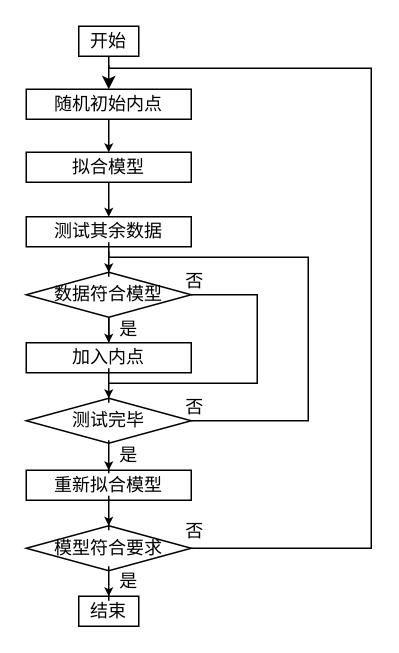
Before: indoor/未命名绘图.drawio in FanTongwen/drawio, a draw.io diagram. Source tidied: cells renumbered, new cells numbered last; positions are measured from the earlier drawing's top-left corner, leaving out a move shared by most shapes. Both pictures are drawn from the tidied source at 150%, with x=0, y=0 at pixel (26, 26).
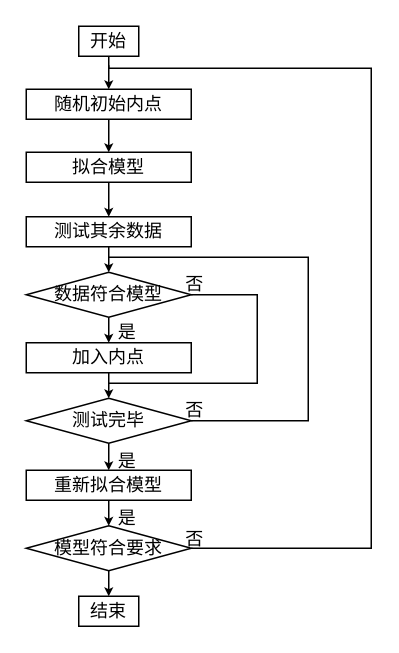
The same page after the edit.

Commit message (it also covers changes not shown here):
更新未命名绘图.drawio

Diff of the diagram source:
```diff
@@
-    <mxCell id="2" style="group;" parent="1" vertex="1">
-      <mxGeometry width="230" height="400" as="geometry" />
-    </mxCell>
-    <mxCell id="3" value="开始" style="rounded=0;whiteSpace=wrap;html=1;" parent="2" vertex="1">
+    <mxCell id="3" value="开始" style="rounded=0;whiteSpace=wrap;html=1;" parent="1" vertex="1">
       <mxGeometry x="35" width="40" height="20" as="geometry" />
     </mxCell>
-    <mxCell id="4" value="随机初始内点" style="rounded=0;whiteSpace=wrap;html=1;" parent="2" vertex="1">
+    <mxCell id="4" value="随机初始内点" style="rounded=0;whiteSpace=wrap;html=1;" parent="1" vertex="1">
       <mxGeometry y="42" width="110" height="20" as="geometry" />
     </mxCell>
-    <mxCell id="5" style="edgeStyle=orthogonalEdgeStyle;rounded=0;jettySize=auto;html=1;entryX=0.5;entryY=0;entryDx=0;entryDy=0;" parent="2" edge="1" source="3" target="4">
+    <mxCell id="5" style="edgeStyle=orthogonalEdgeStyle;rounded=0;jettySize=auto;html=1;entryX=0.5;entryY=0;entryDx=0;entryDy=0;startSize=3;endSize=3;" parent="1" edge="1" source="3" target="4">
       <mxGeometry relative="1" as="geometry" />
     </mxCell>
-    <mxCell id="6" value="拟合模型" style="rounded=0;whiteSpace=wrap;html=1;" parent="2" vertex="1">
+    <mxCell id="6" value="拟合模型" style="rounded=0;whiteSpace=wrap;html=1;" parent="1" vertex="1">
       <mxGeometry y="84" width="110" height="20" as="geometry" />
     </mxCell>
-    <mxCell id="7" style="edgeStyle=orthogonalEdgeStyle;rounded=0;jettySize=auto;html=1;entryX=0.5;entryY=0;entryDx=0;entryDy=0;startSize=2;endSize=3;" parent="2" edge="1" source="4" target="6">
+    <mxCell id="7" style="edgeStyle=orthogonalEdgeStyle;rounded=0;jettySize=auto;html=1;entryX=0.5;entryY=0;entryDx=0;entryDy=0;startSize=2;endSize=3;" parent="1" edge="1" source="4" target="6">
       <mxGeometry relative="1" as="geometry" />
     </mxCell>
-    <mxCell id="8" value="测试其余数据" style="rounded=0;whiteSpace=wrap;html=1;" parent="2" vertex="1">
+    <mxCell id="8" value="测试其余数据" style="rounded=0;whiteSpace=wrap;html=1;" parent="1" vertex="1">
       <mxGeometry y="127" width="110" height="20" as="geometry" />
     </mxCell>
-    <mxCell id="9" style="edgeStyle=orthogonalEdgeStyle;rounded=0;jettySize=auto;html=1;entryX=0.5;entryY=0;entryDx=0;entryDy=0;startSize=2;endSize=3;" parent="2" edge="1" source="6" target="8">
+    <mxCell id="9" style="edgeStyle=orthogonalEdgeStyle;rounded=0;jettySize=auto;html=1;entryX=0.5;entryY=0;entryDx=0;entryDy=0;startSize=2;endSize=3;" parent="1" edge="1" source="6" target="8">
       <mxGeometry relative="1" as="geometry" />
     </mxCell>
-    <mxCell id="10" style="edgeStyle=orthogonalEdgeStyle;rounded=0;jettySize=auto;html=1;" parent="2" edge="1" source="12">
-      <mxGeometry relative="1" as="geometry">
-        <mxPoint x="55" y="225" as="targetPoint" />
-      </mxGeometry>
-    </mxCell>
-    <mxCell id="11" style="edgeStyle=orthogonalEdgeStyle;rounded=0;jettySize=auto;html=1;endArrow=none;endFill=0;" parent="2" edge="1" source="12">
+    <mxCell id="11" style="edgeStyle=orthogonalEdgeStyle;rounded=0;jettySize=auto;html=1;endArrow=none;endFill=0;" parent="1" edge="1" source="12">
       <mxGeometry relative="1" as="geometry">
         <mxPoint x="55" y="238" as="targetPoint" />
         <Array as="points">
           <mxPoint x="154" y="179" />
           <mxPoint x="154" y="238" />
         </Array>
       </mxGeometry>
     </mxCell>
-    <mxCell id="12" value="数据符合模型" style="rhombus;whiteSpace=wrap;html=1;" parent="2" vertex="1">
+    <mxCell id="12" value="数据符合模型" style="rhombus;whiteSpace=wrap;html=1;" parent="1" vertex="1">
       <mxGeometry y="164" width="110" height="30" as="geometry" />
     </mxCell>
-    <mxCell id="13" style="edgeStyle=orthogonalEdgeStyle;rounded=0;jettySize=auto;html=1;startSize=2;endSize=3;" parent="2" edge="1" source="8" target="12">
-      <mxGeometry relative="1" as="geometry" />
+    <mxCell id="13" style="edgeStyle=orthogonalEdgeStyle;rounded=0;jettySize=auto;html=1;startSize=2;endSize=3;exitX=0.5;exitY=1;exitDx=0;exitDy=0;entryX=0.5;entryY=0;entryDx=0;entryDy=0;" parent="1" edge="1" source="8" target="12">
+      <mxGeometry relative="1" as="geometry">
+        <Array as="points">
+          <mxPoint x="55" y="156" />
+          <mxPoint x="55" y="156" />
+        </Array>
+      </mxGeometry>
     </mxCell>
-    <mxCell id="14" value="加入内点" style="rounded=0;whiteSpace=wrap;html=1;" parent="2" vertex="1">
+    <mxCell id="14" value="加入内点" style="rounded=0;whiteSpace=wrap;html=1;" parent="1" vertex="1">
       <mxGeometry y="211" width="110" height="20" as="geometry" />
     </mxCell>
-    <mxCell id="15" style="edgeStyle=orthogonalEdgeStyle;rounded=0;jettySize=auto;html=1;exitX=0.5;exitY=1;exitDx=0;exitDy=0;entryX=0.5;entryY=0;entryDx=0;entryDy=0;startSize=2;endSize=3;" parent="2" edge="1" source="12" target="14">
+    <mxCell id="15" style="edgeStyle=orthogonalEdgeStyle;rounded=0;jettySize=auto;html=1;exitX=0.5;exitY=1;exitDx=0;exitDy=0;entryX=0.5;entryY=0;entryDx=0;entryDy=0;startSize=2;endSize=3;" parent="1" edge="1" source="12" target="14">
       <mxGeometry relative="1" as="geometry" />
     </mxCell>
-    <mxCell id="16" style="edgeStyle=orthogonalEdgeStyle;rounded=0;jettySize=auto;html=1;endArrow=none;endFill=0;" parent="2" edge="1" source="17">
+    <mxCell id="16" style="edgeStyle=orthogonalEdgeStyle;rounded=0;jettySize=auto;html=1;endArrow=none;endFill=0;" parent="1" edge="1" source="17">
       <mxGeometry relative="1" as="geometry">
-        <mxPoint x="55" y="150" as="targetPoint" />
+        <mxPoint x="55" y="154" as="targetPoint" />
         <Array as="points">
           <mxPoint x="188" y="263" />
           <mxPoint x="188" y="154" />
           <mxPoint x="55" y="154" />
         </Array>
       </mxGeometry>
     </mxCell>
-    <mxCell id="17" value="测试完毕" style="rhombus;whiteSpace=wrap;html=1;" parent="2" vertex="1">
+    <mxCell id="17" value="测试完毕" style="rhombus;whiteSpace=wrap;html=1;" parent="1" vertex="1">
       <mxGeometry y="248" width="110" height="30" as="geometry" />
     </mxCell>
-    <mxCell id="18" style="edgeStyle=orthogonalEdgeStyle;rounded=0;jettySize=auto;html=1;entryX=0.5;entryY=0;entryDx=0;entryDy=0;startSize=2;endSize=3;" parent="2" edge="1" source="14" target="17">
+    <mxCell id="18" style="rounded=0;jettySize=auto;html=1;startSize=3;endSize=3;entryX=0.5;entryY=0;entryDx=0;entryDy=0;" parent="1" edge="1" source="14" target="17">
       <mxGeometry relative="1" as="geometry" />
     </mxCell>
-    <mxCell id="19" value="重新拟合模型" style="rounded=0;whiteSpace=wrap;html=1;" parent="2" vertex="1">
+    <mxCell id="19" value="重新拟合模型" style="rounded=0;whiteSpace=wrap;html=1;" parent="1" vertex="1">
       <mxGeometry y="296" width="110" height="20" as="geometry" />
     </mxCell>
-    <mxCell id="20" style="edgeStyle=orthogonalEdgeStyle;rounded=0;jettySize=auto;html=1;entryX=0.5;entryY=0;entryDx=0;entryDy=0;startSize=2;endSize=3;" parent="2" edge="1" source="17" target="19">
+    <mxCell id="20" style="rounded=0;jettySize=auto;html=1;entryX=0.5;entryY=0;entryDx=0;entryDy=0;startSize=2;endSize=3;" parent="1" edge="1" source="17" target="19">
       <mxGeometry relative="1" as="geometry" />
     </mxCell>
-    <mxCell id="21" style="edgeStyle=orthogonalEdgeStyle;rounded=0;jettySize=auto;html=1;endArrow=none;endFill=0;" parent="2" edge="1" source="22">
+    <mxCell id="21" style="edgeStyle=orthogonalEdgeStyle;rounded=0;jettySize=auto;html=1;endArrow=none;endFill=0;" parent="1" edge="1" source="22">
       <mxGeometry relative="1" as="geometry">
         <mxPoint x="55" y="26" as="targetPoint" />
         <Array as="points">
           <mxPoint x="230" y="348" />
           <mxPoint x="230" y="28" />
           <mxPoint x="55" y="28" />
         </Array>
       </mxGeometry>
     </mxCell>
-    <mxCell id="22" value="模型符合要求" style="rhombus;whiteSpace=wrap;html=1;" parent="2" vertex="1">
+    <mxCell id="22" value="模型符合要求" style="rhombus;whiteSpace=wrap;html=1;" parent="1" vertex="1">
       <mxGeometry y="333" width="110" height="30" as="geometry" />
     </mxCell>
-    <mxCell id="23" style="edgeStyle=orthogonalEdgeStyle;rounded=0;jettySize=auto;html=1;entryX=0.5;entryY=0;entryDx=0;entryDy=0;startSize=2;endSize=3;" parent="2" edge="1" source="19" target="22">
+    <mxCell id="23" style="rounded=0;jettySize=auto;html=1;entryX=0.5;entryY=0;entryDx=0;entryDy=0;startSize=2;endSize=3;" parent="1" edge="1" source="19" target="22">
       <mxGeometry relative="1" as="geometry" />
     </mxCell>
-    <mxCell id="24" value="结束" style="rounded=0;whiteSpace=wrap;html=1;" parent="2" vertex="1">
+    <mxCell id="24" value="结束" style="rounded=0;whiteSpace=wrap;html=1;" parent="1" vertex="1">
       <mxGeometry x="35" y="380" width="40" height="20" as="geometry" />
     </mxCell>
-    <mxCell id="25" style="edgeStyle=orthogonalEdgeStyle;rounded=0;jettySize=auto;html=1;entryX=0.5;entryY=0;entryDx=0;entryDy=0;startSize=2;endSize=3;" parent="2" edge="1" source="22" target="24">
+    <mxCell id="25" style="rounded=0;jettySize=auto;html=1;entryX=0.5;entryY=0;entryDx=0;entryDy=0;startSize=2;endSize=3;" parent="1" edge="1" source="22" target="24">
       <mxGeometry relative="1" as="geometry" />
     </mxCell>
-    <mxCell id="26" value="是" style="text;html=1;align=center;verticalAlign=middle;strokeColor=none;fillColor=none;" parent="2" vertex="1">
-      <mxGeometry x="52" y="356" width="32" height="28" as="geometry" />
+    <mxCell id="26" value="是" style="text;html=1;align=center;verticalAlign=middle;strokeColor=none;fillColor=none;" parent="1" vertex="1">
+      <mxGeometry x="51" y="314" width="32" height="28" as="geometry" />
     </mxCell>
-    <mxCell id="27" value="否" style="text;html=1;align=center;verticalAlign=middle;strokeColor=none;fillColor=none;" parent="2" vertex="1">
-      <mxGeometry x="96" y="323" width="32" height="28" as="geometry" />
+    <mxCell id="27" value="否" style="text;html=1;align=center;verticalAlign=middle;strokeColor=none;fillColor=none;" parent="1" vertex="1">
+      <mxGeometry x="96" y="328" width="32" height="28" as="geometry" />
     </mxCell>
-    <mxCell id="28" value="否" style="text;html=1;align=center;verticalAlign=middle;strokeColor=none;fillColor=none;" parent="2" vertex="1">
-      <mxGeometry x="96" y="240" width="32" height="28" as="geometry" />
+    <mxCell id="28" value="否" style="text;html=1;align=center;verticalAlign=middle;strokeColor=none;fillColor=none;" parent="1" vertex="1">
+      <mxGeometry x="96" y="242" width="32" height="28" as="geometry" />
     </mxCell>
-    <mxCell id="29" value="否" style="text;html=1;align=center;verticalAlign=middle;strokeColor=none;fillColor=none;" parent="2" vertex="1">
-      <mxGeometry x="96" y="156" width="32" height="28" as="geometry" />
+    <mxCell id="29" value="否" style="text;html=1;align=center;verticalAlign=middle;strokeColor=none;fillColor=none;" parent="1" vertex="1">
+      <mxGeometry x="96" y="158" width="32" height="28" as="geometry" />
     </mxCell>
-    <mxCell id="30" value="是" style="text;html=1;align=center;verticalAlign=middle;strokeColor=none;fillColor=none;" parent="2" vertex="1">
-      <mxGeometry x="52" y="272" width="32" height="28" as="geometry" />
+    <mxCell id="30" value="是" style="text;html=1;align=center;verticalAlign=middle;strokeColor=none;fillColor=none;" parent="1" vertex="1">
+      <mxGeometry x="51" y="276" width="32" height="28" as="geometry" />
     </mxCell>
-    <mxCell id="31" value="是" style="text;html=1;align=center;verticalAlign=middle;strokeColor=none;fillColor=none;" parent="2" vertex="1">
-      <mxGeometry x="52" y="188" width="32" height="28" as="geometry" />
+    <mxCell id="31" value="是" style="text;html=1;align=center;verticalAlign=middle;strokeColor=none;fillColor=none;" parent="1" vertex="1">
+      <mxGeometry x="51" y="190" width="32" height="28" as="geometry" />
     </mxCell>
```
